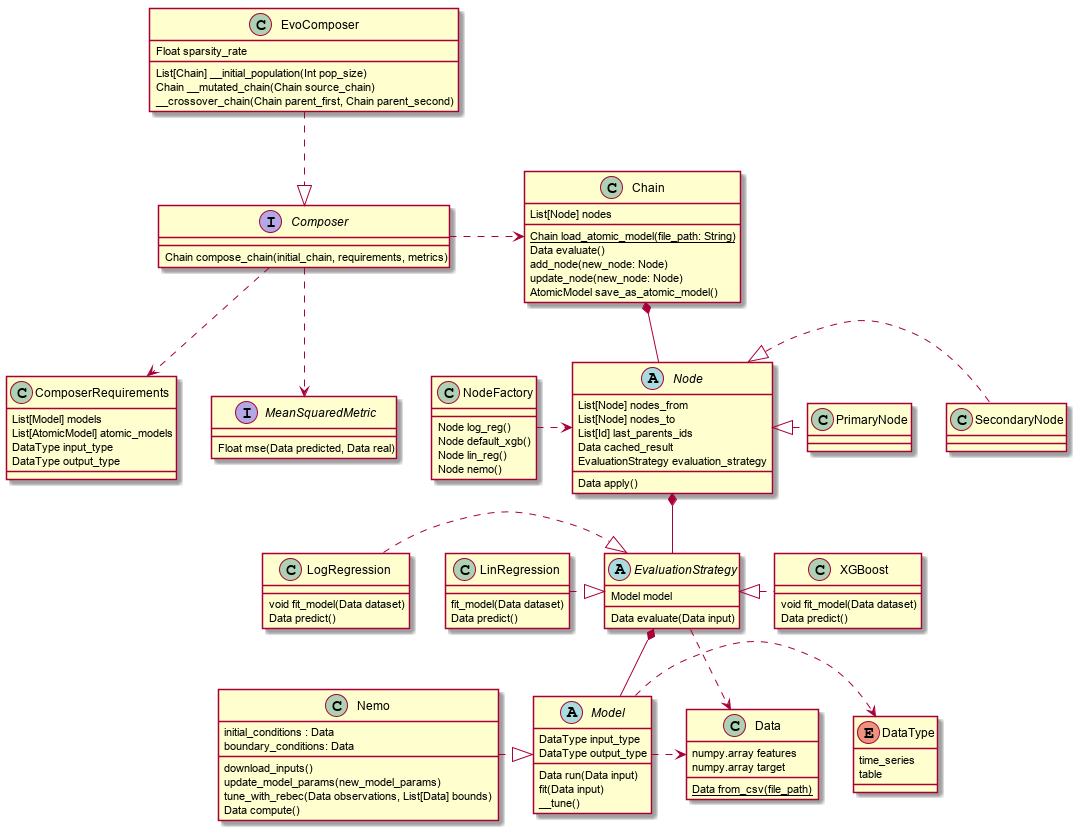
aimclub/FEDOT keeps this PlantUML diagram as design/figures/core.png. Above is the earlier version. The source it was exported from:
```plantuml
@startuml

class Chain {
    List[Node] nodes
    {static} Chain load_atomic_model(file_path: String)
    Data evaluate()
    add_node(new_node: Node)
    update_node(new_node: Node)
    AtomicModel save_as_atomic_model()
}

interface Composer {

    Chain compose_chain(initial_chain, requirements, metrics)

}

class ComposerRequirements {
    List[Model] models
    List[AtomicModel] atomic_models
    DataType input_type
    DataType output_type
}

interface MeanSquaredMetric {
    Float mse(Data predicted, Data real)
}

class EvoComposer {
    Float sparsity_rate
    List[Chain] __initial_population(Int pop_size)
    Chain __mutated_chain(Chain source_chain)
    __crossover_chain(Chain parent_first, Chain parent_second)
}

abstract class Node {
    List[Node] nodes_from
    List[Node] nodes_to
    List[Id] last_parents_ids
    Data cached_result
    EvaluationStrategy evaluation_strategy

    Data apply()
}

abstract class Model {
    DataType input_type
    DataType output_type
    Data run(Data input)
    fit(Data input)
    __tune()
}

enum DataType {
    time_series
    table
}

class Data {
    {static} Data from_csv(file_path)
    numpy.array features
    numpy.array target
}

class Nemo {
    initial_conditions : Data
    boundary_conditions: Data
    download_inputs()
    update_model_params(new_model_params)
    tune_with_rebec(Data observations, List[Data] bounds)
    Data compute()
}

class PrimaryNode {

}

class SecondaryNode {

}

class XGBoost {
    void fit_model(Data dataset)
    Data predict()
}

class LogRegression {
    void fit_model(Data dataset)
    Data predict()
}


class LinRegression {
    fit_model(Data dataset)
    Data predict()
}

class NodeFactory {
    Node log_reg()
    Node default_xgb()
    Node lin_reg()
    Node nemo()
}

abstract class EvaluationStrategy {
    Model model
    Data evaluate(Data input)
}

Chain *-down- Node
NodeFactory .-right-.> Node
SecondaryNode .left.|> Node
PrimaryNode .left.|> Node

Composer .down.> ComposerRequirements
Composer .right.> Chain
Composer .down.> MeanSquaredMetric
EvoComposer ..|> Composer

Node *-- EvaluationStrategy
XGBoost ..-left-|> EvaluationStrategy
LogRegression ..-right-|> EvaluationStrategy
LinRegression ..-right-|> EvaluationStrategy

EvaluationStrategy *-down- Model
EvaluationStrategy ..> Data
Model .right> DataType
Model .right.> Data
Nemo ..-right-|> Model



@enduml
```
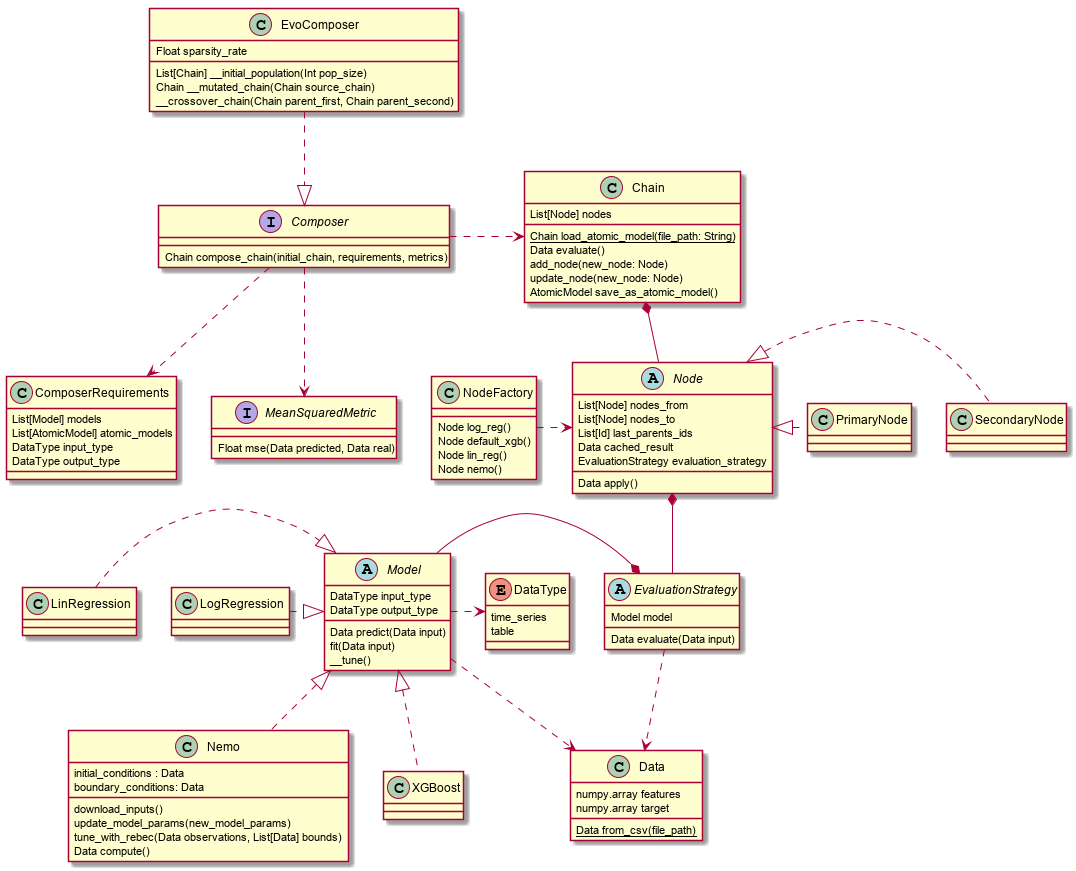
After the change.

Commit message:
Change SkLearn models inheritance

Change to the diagram source:
```diff
@@ -46,7 +46,7 @@
 abstract class Model {
     DataType input_type
     DataType output_type
-    Data run(Data input)
+    Data predict(Data input)
     fit(Data input)
     __tune()
 }
@@ -80,19 +80,16 @@
 }
 
 class XGBoost {
-    void fit_model(Data dataset)
-    Data predict()
+
 }
 
 class LogRegression {
-    void fit_model(Data dataset)
-    Data predict()
+
 }
 
 
 class LinRegression {
-    fit_model(Data dataset)
-    Data predict()
+
 }
 
 class NodeFactory {
@@ -118,15 +115,16 @@
 EvoComposer ..|> Composer
 
 Node *-- EvaluationStrategy
-XGBoost ..-left-|> EvaluationStrategy
-LogRegression ..-right-|> EvaluationStrategy
-LinRegression ..-right-|> EvaluationStrategy
 
-EvaluationStrategy *-down- Model
+EvaluationStrategy *-left- Model
 EvaluationStrategy ..> Data
-Model .right> DataType
+
+Nemo ..up|> Model
+LinRegression ..-right-|> Model
+LogRegression ..-right-|> Model
+XGBoost .up.|> Model
 Model .right.> Data
-Nemo ..-right-|> Model
+Model .down> DataType
 
 
 
```
